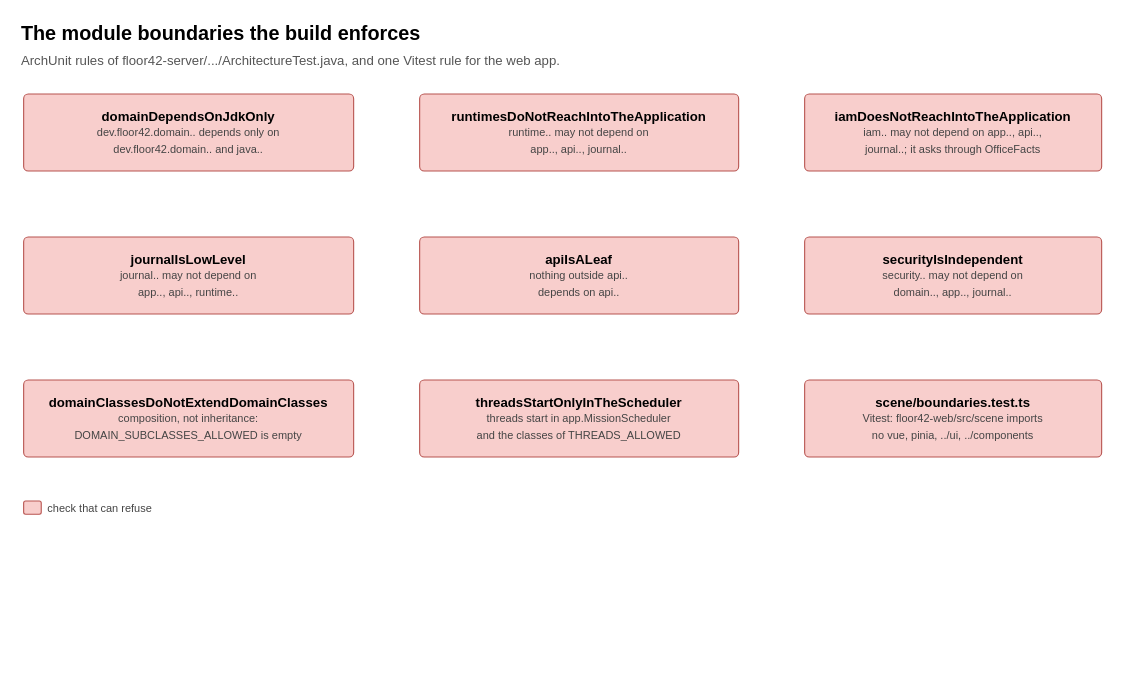
This is page "3 ArchitectureTest rules" (3 of 4) of docs/architecture/02-modules.drawio from padashtan/floor42, a draw.io file, before an edit. Source tidied: cells renumbered, new cells numbered last; positions are measured from the earlier drawing's top-left corner, leaving out a move shared by most shapes. Both pictures are drawn from the tidied source at 110%, with x=0, y=0 at pixel (19, 19).
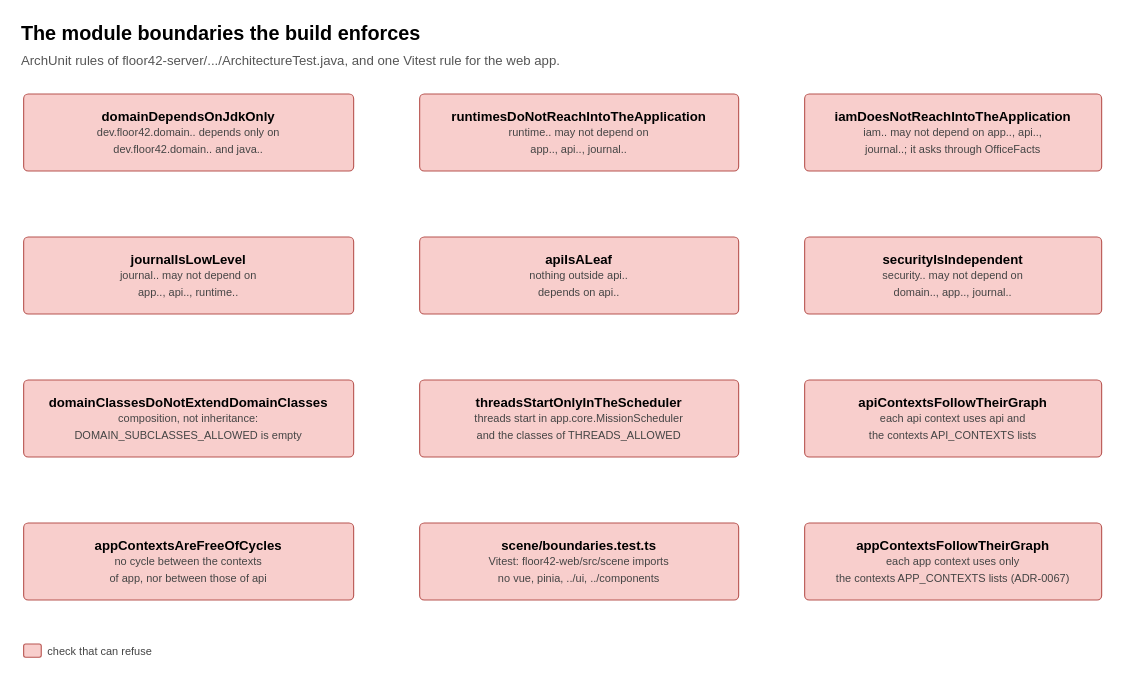
The same page after the edit.

The edit, as a diff of the source:
```diff
@@
 <mxGraphModel>
   <root>
     <mxCell id="0" />
     <mxCell id="1" parent="0" />
     <mxCell id="2" value="&lt;b&gt;The module boundaries the build enforces&lt;/b&gt;" style="text;html=1;align=left;verticalAlign=middle;fontSize=18;" parent="1" vertex="1">
       <mxGeometry width="440" height="26" as="geometry" />
     </mxCell>
     <mxCell id="3" value="ArchUnit rules of floor42-server/.../ArchitectureTest.java, and one Vitest rule for the web app." style="text;html=1;align=left;verticalAlign=middle;fontSize=12;fontColor=#555555;" parent="1" vertex="1">
       <mxGeometry y="28" width="625" height="20" as="geometry" />
     </mxCell>
     <mxCell id="4" value="&lt;b&gt;domainDependsOnJdkOnly&lt;/b&gt;&lt;br&gt;&lt;span style=&quot;font-size:10px;color:#444444;&quot;&gt;dev.floor42.domain.. depends only on&lt;br&gt;dev.floor42.domain.. and java..&lt;/span&gt;" style="rounded=1;arcSize=6;whiteSpace=wrap;html=1;fillColor=#f8cecc;strokeColor=#b85450;fontSize=12;align=center;verticalAlign=middle;" parent="1" vertex="1">
       <mxGeometry x="4" y="68" width="300" height="70" as="geometry" />
     </mxCell>
     <mxCell id="5" value="&lt;b&gt;runtimesDoNotReachIntoTheApplication&lt;/b&gt;&lt;br&gt;&lt;span style=&quot;font-size:10px;color:#444444;&quot;&gt;runtime.. may not depend on&lt;br&gt;app.., api.., journal..&lt;/span&gt;" style="rounded=1;arcSize=6;whiteSpace=wrap;html=1;fillColor=#f8cecc;strokeColor=#b85450;fontSize=12;align=center;verticalAlign=middle;" parent="1" vertex="1">
       <mxGeometry x="364" y="68" width="290" height="70" as="geometry" />
     </mxCell>
     <mxCell id="6" value="&lt;b&gt;iamDoesNotReachIntoTheApplication&lt;/b&gt;&lt;br&gt;&lt;span style=&quot;font-size:10px;color:#444444;&quot;&gt;iam.. may not depend on app.., api..,&lt;br&gt;journal..; it asks through OfficeFacts&lt;/span&gt;" style="rounded=1;arcSize=6;whiteSpace=wrap;html=1;fillColor=#f8cecc;strokeColor=#b85450;fontSize=12;align=center;verticalAlign=middle;" parent="1" vertex="1">
       <mxGeometry x="714" y="68" width="270" height="70" as="geometry" />
     </mxCell>
     <mxCell id="7" value="&lt;b&gt;journalIsLowLevel&lt;/b&gt;&lt;br&gt;&lt;span style=&quot;font-size:10px;color:#444444;&quot;&gt;journal.. may not depend on&lt;br&gt;app.., api.., runtime..&lt;/span&gt;" style="rounded=1;arcSize=6;whiteSpace=wrap;html=1;fillColor=#f8cecc;strokeColor=#b85450;fontSize=12;align=center;verticalAlign=middle;" parent="1" vertex="1">
       <mxGeometry x="4" y="198" width="300" height="70" as="geometry" />
     </mxCell>
     <mxCell id="8" value="&lt;b&gt;apiIsALeaf&lt;/b&gt;&lt;br&gt;&lt;span style=&quot;font-size:10px;color:#444444;&quot;&gt;nothing outside api..&lt;br&gt;depends on api..&lt;/span&gt;" style="rounded=1;arcSize=6;whiteSpace=wrap;html=1;fillColor=#f8cecc;strokeColor=#b85450;fontSize=12;align=center;verticalAlign=middle;" parent="1" vertex="1">
       <mxGeometry x="364" y="198" width="290" height="70" as="geometry" />
     </mxCell>
     <mxCell id="9" value="&lt;b&gt;securityIsIndependent&lt;/b&gt;&lt;br&gt;&lt;span style=&quot;font-size:10px;color:#444444;&quot;&gt;security.. may not depend on&lt;br&gt;domain.., app.., journal..&lt;/span&gt;" style="rounded=1;arcSize=6;whiteSpace=wrap;html=1;fillColor=#f8cecc;strokeColor=#b85450;fontSize=12;align=center;verticalAlign=middle;" parent="1" vertex="1">
       <mxGeometry x="714" y="198" width="270" height="70" as="geometry" />
     </mxCell>
     <mxCell id="10" value="&lt;b&gt;domainClassesDoNotExtendDomainClasses&lt;/b&gt;&lt;br&gt;&lt;span style=&quot;font-size:10px;color:#444444;&quot;&gt;composition, not inheritance:&lt;br&gt;DOMAIN_SUBCLASSES_ALLOWED is empty&lt;/span&gt;" style="rounded=1;arcSize=6;whiteSpace=wrap;html=1;fillColor=#f8cecc;strokeColor=#b85450;fontSize=12;align=center;verticalAlign=middle;" parent="1" vertex="1">
       <mxGeometry x="4" y="328" width="300" height="70" as="geometry" />
     </mxCell>
-    <mxCell id="11" value="&lt;b&gt;threadsStartOnlyInTheScheduler&lt;/b&gt;&lt;br&gt;&lt;span style=&quot;font-size:10px;color:#444444;&quot;&gt;threads start in app.MissionScheduler&lt;br&gt;and the classes of THREADS_ALLOWED&lt;/span&gt;" style="rounded=1;arcSize=6;whiteSpace=wrap;html=1;fillColor=#f8cecc;strokeColor=#b85450;fontSize=12;align=center;verticalAlign=middle;" parent="1" vertex="1">
+    <mxCell id="11" value="&lt;b&gt;threadsStartOnlyInTheScheduler&lt;/b&gt;&lt;br&gt;&lt;span style=&quot;font-size:10px;color:#444444;&quot;&gt;threads start in app.core.MissionScheduler&lt;br&gt;and the classes of THREADS_ALLOWED&lt;/span&gt;" style="rounded=1;arcSize=6;whiteSpace=wrap;html=1;fillColor=#f8cecc;strokeColor=#b85450;fontSize=12;align=center;verticalAlign=middle;" parent="1" vertex="1">
       <mxGeometry x="364" y="328" width="290" height="70" as="geometry" />
     </mxCell>
-    <mxCell id="12" value="&lt;b&gt;scene/boundaries.test.ts&lt;/b&gt;&lt;br&gt;&lt;span style=&quot;font-size:10px;color:#444444;&quot;&gt;Vitest: floor42-web/src/scene imports&lt;br&gt;no vue, pinia, ../ui, ../components&lt;/span&gt;" style="rounded=1;arcSize=6;whiteSpace=wrap;html=1;fillColor=#f8cecc;strokeColor=#b85450;fontSize=12;align=center;verticalAlign=middle;" parent="1" vertex="1">
-      <mxGeometry x="714" y="328" width="270" height="70" as="geometry" />
+    <mxCell id="12" value="&lt;b&gt;appContextsFollowTheirGraph&lt;/b&gt;&lt;br&gt;&lt;span style=&quot;font-size:10px;color:#444444;&quot;&gt;each app context uses only&lt;br&gt;the contexts APP_CONTEXTS lists (ADR-0067)&lt;/span&gt;" style="rounded=1;arcSize=6;whiteSpace=wrap;html=1;fillColor=#f8cecc;strokeColor=#b85450;fontSize=12;align=center;verticalAlign=middle;" parent="1" vertex="1">
+      <mxGeometry x="714" y="458" width="270" height="70" as="geometry" />
     </mxCell>
-    <mxCell id="13" style="rounded=1;html=1;fillColor=#f8cecc;strokeColor=#b85450;" parent="1" vertex="1">
-      <mxGeometry x="4" y="438" width="16" height="12" as="geometry" />
+    <mxCell id="13" value="&lt;b&gt;apiContextsFollowTheirGraph&lt;/b&gt;&lt;br&gt;&lt;span style=&quot;font-size:10px;color:#444444;&quot;&gt;each api context uses api and&lt;br&gt;the contexts API_CONTEXTS lists&lt;/span&gt;" style="rounded=1;arcSize=6;whiteSpace=wrap;html=1;fillColor=#f8cecc;strokeColor=#b85450;fontSize=12;align=center;verticalAlign=middle;" parent="1" vertex="1">
+      <mxGeometry x="714" y="328" width="270" height="70" as="geometry" />
     </mxCell>
-    <mxCell id="14" value="check that can refuse" style="text;html=1;align=left;verticalAlign=middle;fontSize=10;fontColor=#444444;" parent="1" vertex="1">
-      <mxGeometry x="24" y="434" width="119" height="20" as="geometry" />
+    <mxCell id="14" value="&lt;b&gt;appContextsAreFreeOfCycles&lt;/b&gt;&lt;br&gt;&lt;span style=&quot;font-size:10px;color:#444444;&quot;&gt;no cycle between the contexts&lt;br&gt;of app, nor between those of api&lt;/span&gt;" style="rounded=1;arcSize=6;whiteSpace=wrap;html=1;fillColor=#f8cecc;strokeColor=#b85450;fontSize=12;align=center;verticalAlign=middle;" parent="1" vertex="1">
+      <mxGeometry x="4" y="458" width="300" height="70" as="geometry" />
     </mxCell>
+    <mxCell id="15" value="&lt;b&gt;scene/boundaries.test.ts&lt;/b&gt;&lt;br&gt;&lt;span style=&quot;font-size:10px;color:#444444;&quot;&gt;Vitest: floor42-web/src/scene imports&lt;br&gt;no vue, pinia, ../ui, ../components&lt;/span&gt;" style="rounded=1;arcSize=6;whiteSpace=wrap;html=1;fillColor=#f8cecc;strokeColor=#b85450;fontSize=12;align=center;verticalAlign=middle;" parent="1" vertex="1">
+      <mxGeometry x="364" y="458" width="290" height="70" as="geometry" />
+    </mxCell>
+    <mxCell id="16" style="rounded=1;html=1;fillColor=#f8cecc;strokeColor=#b85450;" parent="1" vertex="1">
+      <mxGeometry x="4" y="568" width="16" height="12" as="geometry" />
+    </mxCell>
+    <mxCell id="17" value="check that can refuse" style="text;html=1;align=left;verticalAlign=middle;fontSize=10;fontColor=#444444;" parent="1" vertex="1">
+      <mxGeometry x="24" y="564" width="119" height="20" as="geometry" />
+    </mxCell>
   </root>
 </mxGraphModel>
```
